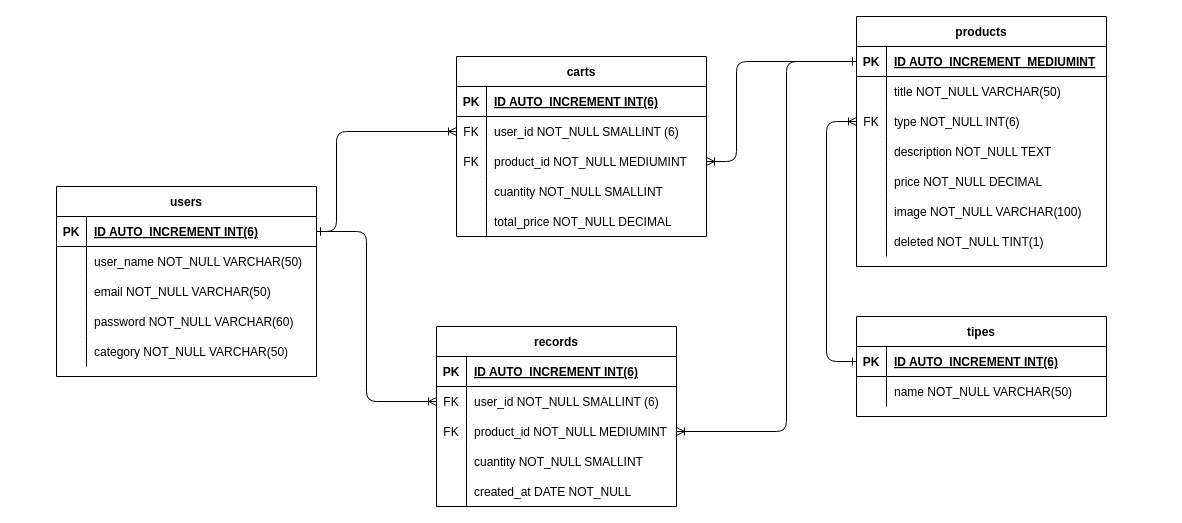
Before: database-diagram.drawio in Juan-Ignacio-Bordignon/Proyecto-Ecommerce, a draw.io diagram. Source tidied: cells renumbered, new cells numbered last; positions are measured from the earlier drawing's top-left corner, leaving out a move shared by most shapes. Both pictures are drawn from the tidied source at 100%, with x=0, y=0 at pixel (56, 16).
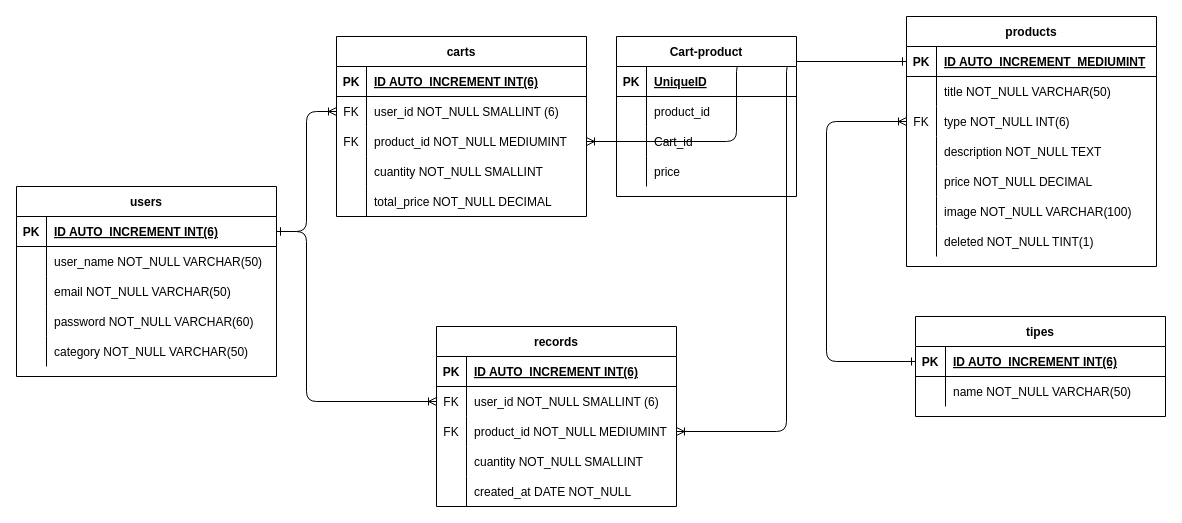
After the change.

The change refers to these unchanged cells:
```xml
<mxCell id="32" style="shape=partialRectangle;fillColor=none;top=0;left=0;bottom=1;right=0;points=[[0,0.5],[1,0.5]];portConstraint=eastwest;" parent="31" vertex="1">
  <mxGeometry y="30" width="260" height="30" as="geometry" />
</mxCell>
<mxCell id="51" style="shape=partialRectangle;fillColor=none;top=0;left=0;bottom=0;right=0;points=[[0,0.5],[1,0.5]];portConstraint=eastwest;" parent="47" vertex="1">
  <mxGeometry y="60" width="250" height="30" as="geometry" />
</mxCell>
<mxCell id="70" style="shape=partialRectangle;fillColor=none;top=0;left=0;bottom=0;right=0;points=[[0,0.5],[1,0.5]];portConstraint=eastwest;" parent="66" vertex="1">
  <mxGeometry y="60" width="240" height="30" as="geometry" />
</mxCell>
```

Change to the diagram source:
```diff
@@
     <mxCell id="2" value="products" style="shape=table;startSize=30;childLayout=tableLayout;rowLines=0;fontStyle=1;align=center;" parent="1" vertex="1">
-      <mxGeometry x="800" width="250" height="250" as="geometry" />
+      <mxGeometry x="850" width="250" height="250" as="geometry" />
     </mxCell>
@@
     <mxCell id="24" value="tipes" style="shape=table;startSize=30;childLayout=tableLayout;rowLines=0;fontStyle=1;align=center;" parent="1" vertex="1">
-      <mxGeometry x="800" y="300" width="250" height="100" as="geometry" />
+      <mxGeometry x="859" y="300" width="250" height="100" as="geometry" />
     </mxCell>
@@
     <mxCell id="31" value="users" style="shape=table;startSize=30;childLayout=tableLayout;rowLines=0;fontStyle=1;align=center;" parent="1" vertex="1">
-      <mxGeometry y="170" width="260" height="190" as="geometry" />
+      <mxGeometry x="-40" y="170" width="260" height="190" as="geometry" />
     </mxCell>
@@
     <mxCell id="47" value="carts" style="shape=table;startSize=30;childLayout=tableLayout;rowLines=0;fontStyle=1;align=center;" parent="1" vertex="1">
-      <mxGeometry x="400" y="40" width="250" height="180" as="geometry" />
+      <mxGeometry x="280" y="20" width="250" height="180" as="geometry" />
     </mxCell>
@@
     <mxCell id="63" style="edgeStyle=elbowEdgeStyle;fontSize=12;html=1;endArrow=ERoneToMany;startArrow=ERone;startFill=0;exitX=1;exitY=0.5;exitDx=0;exitDy=0;entryX=0;entryY=0.5;entryDx=0;entryDy=0;" parent="1" edge="1" source="32" target="51">
       <mxGeometry relative="1" as="geometry">
         <Array as="points">
-          <mxPoint x="280" y="100" />
+          <mxPoint x="250" y="215" />
         </Array>
       </mxGeometry>
     </mxCell>
@@
     <mxCell id="82" style="edgeStyle=elbowEdgeStyle;fontSize=12;html=1;endArrow=ERoneToMany;startArrow=ERone;startFill=0;exitX=1;exitY=0.5;exitDx=0;exitDy=0;entryX=0;entryY=0.5;entryDx=0;entryDy=0;" parent="1" edge="1" source="32" target="70">
       <mxGeometry relative="1" as="geometry">
         <Array as="points">
+          <mxPoint x="250" y="300" />
           <mxPoint x="310" y="280" />
         </Array>
       </mxGeometry>
     </mxCell>
@@
+    <mxCell id="84" value="Cart-product" style="shape=table;startSize=30;childLayout=tableLayout;rowLines=0;fontStyle=1;align=center;" parent="1" vertex="1">
+      <mxGeometry x="560" y="20" width="180" height="160" as="geometry" />
+    </mxCell>
+    <mxCell id="85" style="shape=partialRectangle;fillColor=none;top=0;left=0;bottom=1;right=0;" parent="84" vertex="1">
+      <mxGeometry y="30" width="180" height="30" as="geometry" />
+    </mxCell>
+    <mxCell id="86" value="PK" style="shape=partialRectangle;fillColor=none;top=0;left=0;bottom=0;right=0;fontStyle=1;overflow=hidden;" parent="85" vertex="1">
+      <mxGeometry width="30" height="30" as="geometry" />
+    </mxCell>
+    <mxCell id="87" value="UniqueID" style="shape=partialRectangle;fillColor=none;top=0;left=0;bottom=0;right=0;align=left;spacingLeft=6;fontStyle=5;overflow=hidden;" parent="85" vertex="1">
+      <mxGeometry x="30" width="150" height="30" as="geometry" />
+    </mxCell>
+    <mxCell id="88" style="shape=partialRectangle;fillColor=none;top=0;left=0;bottom=0;right=0;" parent="84" vertex="1">
+      <mxGeometry y="60" width="180" height="30" as="geometry" />
+    </mxCell>
+    <mxCell id="89" style="shape=partialRectangle;fillColor=none;top=0;left=0;bottom=0;right=0;overflow=hidden;" parent="88" vertex="1">
+      <mxGeometry width="30" height="30" as="geometry" />
+    </mxCell>
+    <mxCell id="90" value="product_id" style="shape=partialRectangle;fillColor=none;top=0;left=0;bottom=0;right=0;align=left;spacingLeft=6;overflow=hidden;" parent="88" vertex="1">
+      <mxGeometry x="30" width="150" height="30" as="geometry" />
+    </mxCell>
+    <mxCell id="91" style="shape=partialRectangle;fillColor=none;top=0;left=0;bottom=0;right=0;" parent="84" vertex="1">
+      <mxGeometry y="90" width="180" height="30" as="geometry" />
+    </mxCell>
+    <mxCell id="92" style="shape=partialRectangle;fillColor=none;top=0;left=0;bottom=0;right=0;overflow=hidden;" parent="91" vertex="1">
+      <mxGeometry width="30" height="30" as="geometry" />
+    </mxCell>
+    <mxCell id="93" value="Cart_id" style="shape=partialRectangle;fillColor=none;top=0;left=0;bottom=0;right=0;align=left;spacingLeft=6;overflow=hidden;" parent="91" vertex="1">
+      <mxGeometry x="30" width="150" height="30" as="geometry" />
+    </mxCell>
+    <mxCell id="94" style="shape=partialRectangle;fillColor=none;top=0;left=0;bottom=0;right=0;" parent="84" vertex="1">
+      <mxGeometry y="120" width="180" height="30" as="geometry" />
+    </mxCell>
+    <mxCell id="95" style="shape=partialRectangle;fillColor=none;top=0;left=0;bottom=0;right=0;overflow=hidden;" parent="94" vertex="1">
+      <mxGeometry width="30" height="30" as="geometry" />
+    </mxCell>
+    <mxCell id="96" value="price" style="shape=partialRectangle;fillColor=none;top=0;left=0;bottom=0;right=0;align=left;spacingLeft=6;overflow=hidden;" parent="94" vertex="1">
+      <mxGeometry x="30" width="150" height="30" as="geometry" />
+    </mxCell>
```
